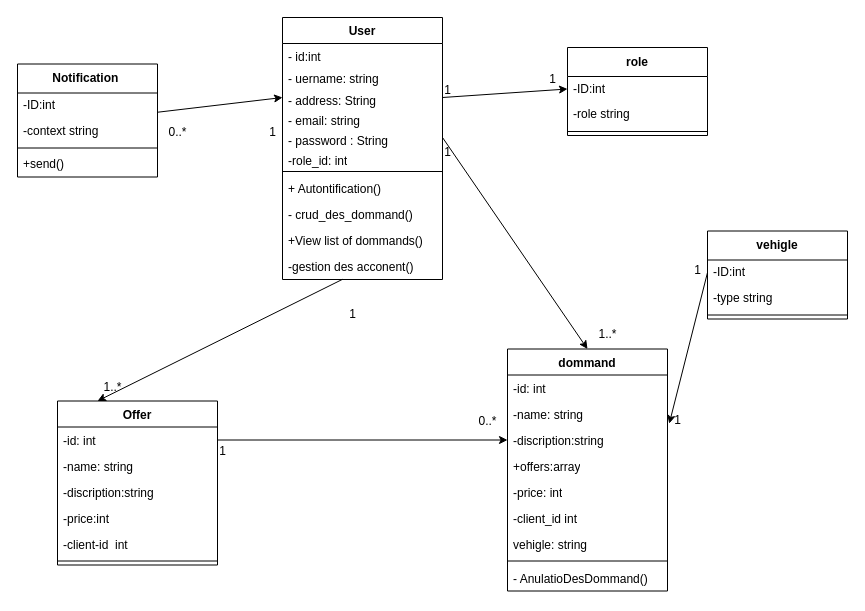
Before: Digram/diagram-de-class.drawio in Rajix24/Deliverect, a draw.io diagram. Source tidied: cells renumbered, new cells numbered last; positions are measured from the earlier drawing's top-left corner, leaving out a move shared by most shapes. Both pictures are drawn from the tidied source at 100%, with x=0, y=0 at pixel (17, 17).
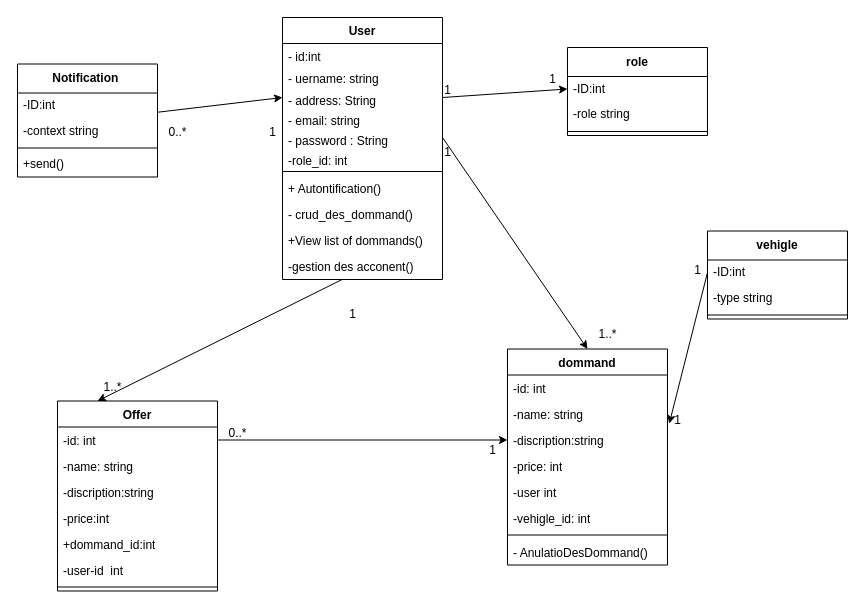
The same diagram, later.

The edit, as a diff of the source:
```diff
@@
     <mxCell id="2" value="Offer" style="swimlane;fontStyle=1;align=center;verticalAlign=top;horizontal=1;startSize=26;whiteSpace=wrap;html=1;" parent="1" vertex="1">
-      <mxGeometry x="40" y="383.5" width="160" height="164" as="geometry" />
+      <mxGeometry x="40" y="383.5" width="160" height="190" as="geometry" />
     </mxCell>
@@
+    <mxCell id="19" value="+dommand_id:int" style="text;strokeColor=none;fillColor=none;align=left;verticalAlign=top;spacingLeft=4;spacingRight=4;overflow=hidden;whiteSpace=wrap;html=1;" parent="2" vertex="1">
+      <mxGeometry y="130" width="160" height="26" as="geometry" />
+    </mxCell>
-    <mxCell id="7" value="-client-id&amp;nbsp; int" style="text;strokeColor=none;fillColor=none;align=left;verticalAlign=top;spacingLeft=4;spacingRight=4;overflow=hidden;whiteSpace=wrap;html=1;" parent="2" vertex="1">
-      <mxGeometry y="130" width="160" height="26" as="geometry" />
+    <mxCell id="7" value="-user-id&amp;nbsp; int" style="text;strokeColor=none;fillColor=none;align=left;verticalAlign=top;spacingLeft=4;spacingRight=4;overflow=hidden;whiteSpace=wrap;html=1;" parent="2" vertex="1">
+      <mxGeometry y="156" width="160" height="26" as="geometry" />
     </mxCell>
     <mxCell id="8" style="line;strokeWidth=1;fillColor=none;align=left;verticalAlign=middle;spacingTop=-1;spacingLeft=3;spacingRight=3;labelPosition=right;strokeColor=inherit;" parent="2" vertex="1">
-      <mxGeometry y="156" width="160" height="8" as="geometry" />
+      <mxGeometry y="182" width="160" height="8" as="geometry" />
     </mxCell>
@@
     <mxCell id="13" value="1" style="text;html=1;align=center;verticalAlign=middle;strokeColor=none;fillColor=none;" parent="1" vertex="1">
-      <mxGeometry x="190" y="418.5" width="30" height="30" as="geometry" />
+      <mxGeometry x="460" y="418" width="30" height="30" as="geometry" />
     </mxCell>
@@
     <mxCell id="15" value="dommand" style="swimlane;fontStyle=1;align=center;verticalAlign=top;horizontal=1;startSize=26;whiteSpace=wrap;html=1;" parent="1" vertex="1">
-      <mxGeometry x="490" y="331.5" width="160" height="242" as="geometry" />
+      <mxGeometry x="490" y="331.5" width="160" height="216" as="geometry" />
     </mxCell>
@@
-    <mxCell id="19" value="+offers:array" style="text;strokeColor=none;fillColor=none;align=left;verticalAlign=top;spacingLeft=4;spacingRight=4;overflow=hidden;whiteSpace=wrap;html=1;" parent="15" vertex="1">
-      <mxGeometry y="104" width="160" height="26" as="geometry" />
-    </mxCell>
     <mxCell id="20" value="-price: int" style="text;strokeColor=none;fillColor=none;align=left;verticalAlign=top;spacingLeft=4;spacingRight=4;overflow=hidden;whiteSpace=wrap;html=1;" parent="15" vertex="1">
-      <mxGeometry y="130" width="160" height="26" as="geometry" />
+      <mxGeometry y="104" width="160" height="26" as="geometry" />
     </mxCell>
-    <mxCell id="21" value="-client_id int&amp;nbsp;&lt;div&gt;&lt;br&gt;&lt;/div&gt;" style="text;strokeColor=none;fillColor=none;align=left;verticalAlign=top;spacingLeft=4;spacingRight=4;overflow=hidden;whiteSpace=wrap;html=1;" parent="15" vertex="1">
-      <mxGeometry y="156" width="160" height="26" as="geometry" />
+    <mxCell id="21" value="-user int&amp;nbsp;&lt;div&gt;&lt;br&gt;&lt;/div&gt;" style="text;strokeColor=none;fillColor=none;align=left;verticalAlign=top;spacingLeft=4;spacingRight=4;overflow=hidden;whiteSpace=wrap;html=1;" parent="15" vertex="1">
+      <mxGeometry y="130" width="160" height="26" as="geometry" />
     </mxCell>
-    <mxCell id="22" value="&lt;div&gt;vehigle: string&lt;/div&gt;" style="text;strokeColor=none;fillColor=none;align=left;verticalAlign=top;spacingLeft=4;spacingRight=4;overflow=hidden;whiteSpace=wrap;html=1;" parent="15" vertex="1">
-      <mxGeometry y="182" width="160" height="26" as="geometry" />
+    <mxCell id="22" value="&lt;div&gt;-vehigle_id: int&lt;/div&gt;" style="text;strokeColor=none;fillColor=none;align=left;verticalAlign=top;spacingLeft=4;spacingRight=4;overflow=hidden;whiteSpace=wrap;html=1;" parent="15" vertex="1">
+      <mxGeometry y="156" width="160" height="26" as="geometry" />
     </mxCell>
     <mxCell id="23" style="line;strokeWidth=1;fillColor=none;align=left;verticalAlign=middle;spacingTop=-1;spacingLeft=3;spacingRight=3;labelPosition=right;strokeColor=inherit;" parent="15" vertex="1">
-      <mxGeometry y="208" width="160" height="8" as="geometry" />
+      <mxGeometry y="182" width="160" height="8" as="geometry" />
     </mxCell>
     <mxCell id="24" value="- AnulatioDesDommand()" style="text;strokeColor=none;fillColor=none;align=left;verticalAlign=top;spacingLeft=4;spacingRight=4;overflow=hidden;whiteSpace=wrap;html=1;" parent="15" vertex="1">
-      <mxGeometry y="216" width="160" height="26" as="geometry" />
+      <mxGeometry y="190" width="160" height="26" as="geometry" />
     </mxCell>
@@
     <mxCell id="38" value="0..*" style="text;html=1;align=center;verticalAlign=middle;strokeColor=none;fillColor=none;" parent="1" vertex="1">
-      <mxGeometry x="450" y="388.5" width="40" height="30" as="geometry" />
+      <mxGeometry x="200" y="401" width="40" height="30" as="geometry" />
     </mxCell>
```
